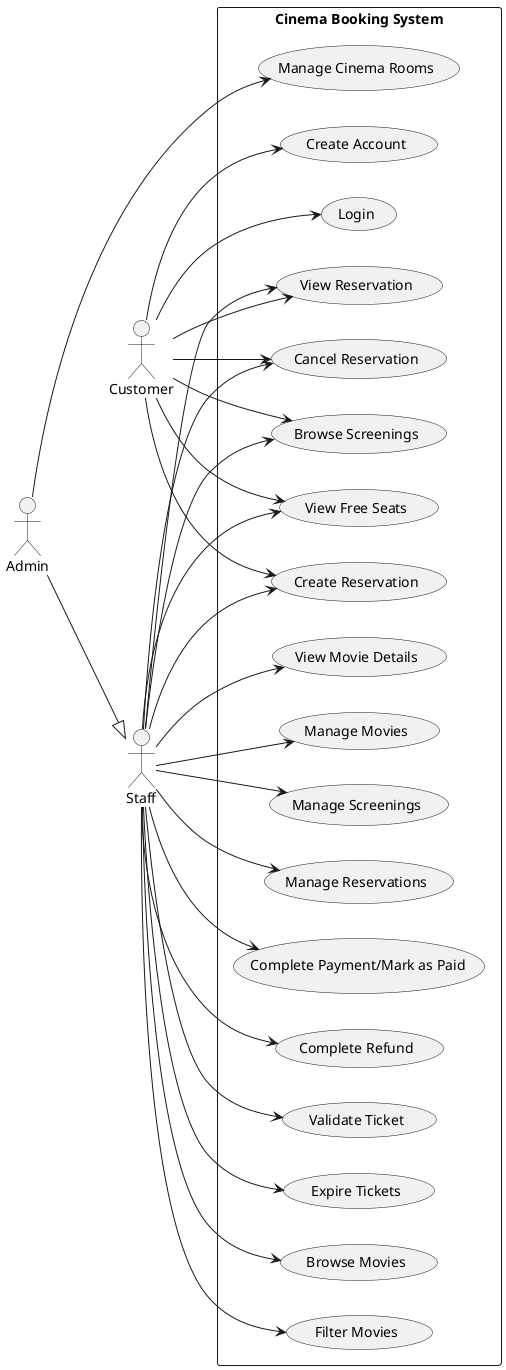
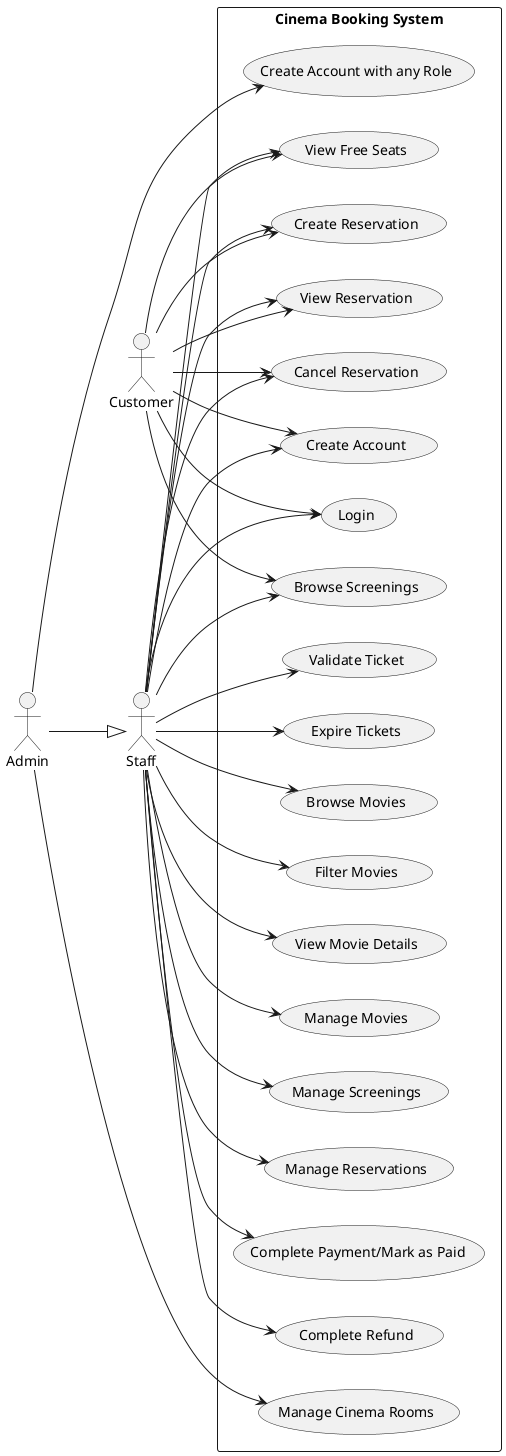
@startuml
left to right direction

actor "Customer" as customer
actor "Staff" as staff
actor "Admin" as admin

admin --|> staff

rectangle "Cinema Booking System" {
  usecase "Create Account" as UC1
  usecase "Login" as UC2
  usecase "Browse Screenings" as UC3
  usecase "View Free Seats" as UC4
  usecase "Create Reservation" as UC5
  usecase "View Reservation" as UC6
  usecase "Cancel Reservation" as UC7

  usecase "Manage Movies" as UC8
  usecase "Manage Screenings" as UC9
  usecase "Manage Reservations" as UC10
  usecase "Complete Payment/Mark as Paid" as UC11
  usecase "Complete Refund" as UC12
  usecase "Validate Ticket" as UC13
  usecase "Expire Tickets" as UC14
  usecase "Browse Movies" as UC15
  usecase "Filter Movies" as UC16
  usecase "View Movie Details" as UC17

  usecase "Manage Cinema Rooms" as UC18
+   usecase "Create Account with any Role" as UC19
}

customer --> UC1
customer --> UC2
customer --> UC3
customer --> UC4
customer --> UC5
customer --> UC6
customer --> UC7

+ staff --> UC1
+ staff --> UC2
staff --> UC3
staff --> UC4
staff --> UC5
staff --> UC6
staff --> UC7
staff --> UC8
staff --> UC9
staff --> UC10
staff --> UC11
staff --> UC12
staff --> UC13
staff --> UC14
staff --> UC15
staff --> UC16
staff --> UC17

admin --> UC18
+ admin --> UC19


@enduml
